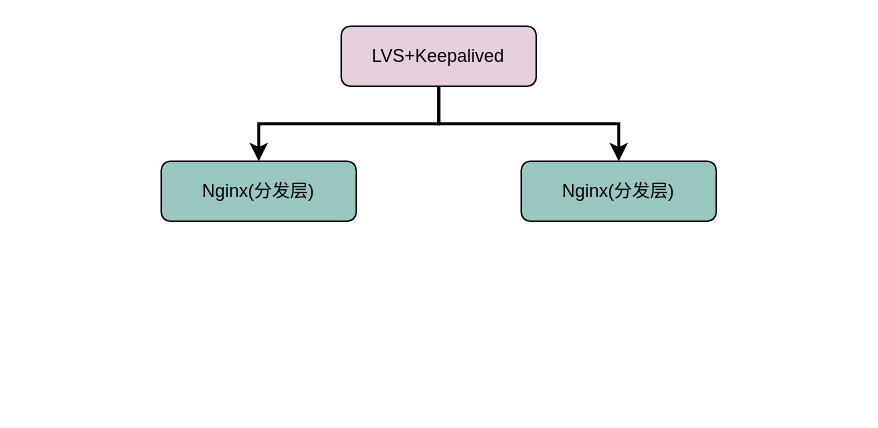
The draw.io diagram 网站架构图.drawio in LiHuiBin1995/study-java, before the edit. Source tidied: cells renumbered, new cells numbered last; positions are measured from the earlier drawing's top-left corner, leaving out a move shared by most shapes. Both pictures are drawn from the tidied source at 150%, with x=0, y=0 at pixel (160, 26).
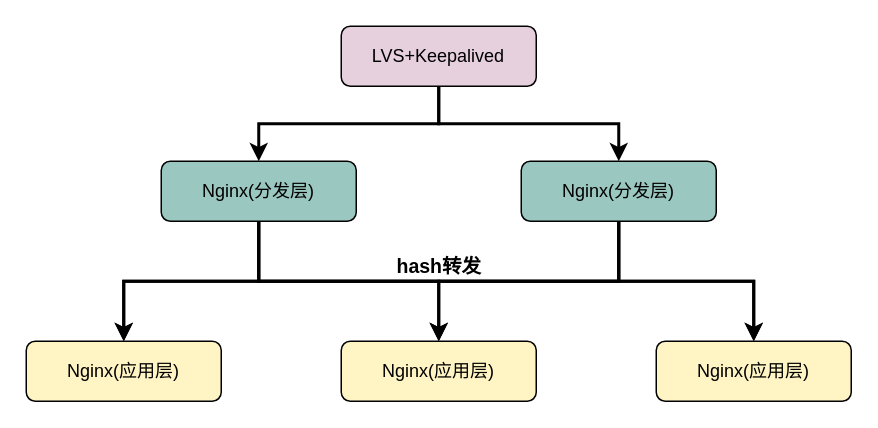
The same page after the edit.

Commit message (it also covers changes not shown here):
更新网站架构图.drawio

Diff of the diagram source:
```diff
@@
 <mxGraphModel>
   <root>
     <mxCell id="0" />
     <mxCell id="1" parent="0" />
     <mxCell id="2" style="edgeStyle=orthogonalEdgeStyle;rounded=0;jettySize=auto;html=1;strokeWidth=2;" parent="1" edge="1" source="4" target="5">
       <mxGeometry relative="1" as="geometry" />
     </mxCell>
     <mxCell id="3" style="edgeStyle=orthogonalEdgeStyle;rounded=0;jettySize=auto;html=1;exitX=0.5;exitY=1;exitDx=0;exitDy=0;entryX=0.5;entryY=0;entryDx=0;entryDy=0;strokeWidth=2;" parent="1" edge="1" source="4" target="6">
       <mxGeometry relative="1" as="geometry" />
     </mxCell>
     <mxCell id="4" value="LVS+Keepalived" style="rounded=1;whiteSpace=wrap;html=1;fillColor=#E6D0DE;" parent="1" vertex="1">
       <mxGeometry x="120" width="130" height="40" as="geometry" />
     </mxCell>
+    <mxCell id="7" style="edgeStyle=orthogonalEdgeStyle;rounded=0;jettySize=auto;html=1;strokeWidth=2;" parent="1" edge="1" source="5" target="13">
+      <mxGeometry relative="1" as="geometry" />
+    </mxCell>
+    <mxCell id="8" style="edgeStyle=orthogonalEdgeStyle;rounded=0;jettySize=auto;html=1;exitX=0.5;exitY=1;exitDx=0;exitDy=0;entryX=0.5;entryY=0;entryDx=0;entryDy=0;strokeWidth=2;" parent="1" edge="1" source="5" target="14">
+      <mxGeometry relative="1" as="geometry" />
+    </mxCell>
+    <mxCell id="9" style="edgeStyle=orthogonalEdgeStyle;rounded=0;jettySize=auto;html=1;exitX=0.5;exitY=1;exitDx=0;exitDy=0;entryX=0.5;entryY=0;entryDx=0;entryDy=0;strokeWidth=2;" parent="1" edge="1" source="5" target="15">
+      <mxGeometry relative="1" as="geometry" />
+    </mxCell>
     <mxCell id="5" value="Nginx(分发层)" style="rounded=1;whiteSpace=wrap;html=1;fillColor=#9AC7BF;" parent="1" vertex="1">
       <mxGeometry y="90" width="130" height="40" as="geometry" />
     </mxCell>
+    <mxCell id="10" style="edgeStyle=orthogonalEdgeStyle;rounded=0;jettySize=auto;html=1;exitX=0.5;exitY=1;exitDx=0;exitDy=0;entryX=0.5;entryY=0;entryDx=0;entryDy=0;strokeWidth=2;" parent="1" edge="1" source="6" target="13">
+      <mxGeometry relative="1" as="geometry" />
+    </mxCell>
+    <mxCell id="11" style="edgeStyle=orthogonalEdgeStyle;rounded=0;jettySize=auto;html=1;exitX=0.5;exitY=1;exitDx=0;exitDy=0;strokeWidth=2;" parent="1" edge="1" source="6" target="14">
+      <mxGeometry relative="1" as="geometry" />
+    </mxCell>
+    <mxCell id="12" style="edgeStyle=orthogonalEdgeStyle;rounded=0;jettySize=auto;html=1;exitX=0.5;exitY=1;exitDx=0;exitDy=0;strokeWidth=2;" parent="1" edge="1" source="6" target="15">
+      <mxGeometry relative="1" as="geometry" />
+    </mxCell>
     <mxCell id="6" value="Nginx(分发层)" style="rounded=1;whiteSpace=wrap;html=1;fillColor=#9AC7BF;" parent="1" vertex="1">
       <mxGeometry x="240" y="90" width="130" height="40" as="geometry" />
     </mxCell>
+    <mxCell id="13" value="Nginx(应用层)" style="rounded=1;whiteSpace=wrap;html=1;fillColor=#FFF4C3;" parent="1" vertex="1">
+      <mxGeometry x="120" y="210" width="130" height="40" as="geometry" />
+    </mxCell>
+    <mxCell id="14" value="Nginx(应用层)" style="rounded=1;whiteSpace=wrap;html=1;fillColor=#FFF4C3;" parent="1" vertex="1">
+      <mxGeometry x="-90" y="210" width="130" height="40" as="geometry" />
+    </mxCell>
+    <mxCell id="15" value="Nginx(应用层)" style="rounded=1;whiteSpace=wrap;html=1;fillColor=#FFF4C3;" parent="1" vertex="1">
+      <mxGeometry x="330" y="210" width="130" height="40" as="geometry" />
+    </mxCell>
+    <mxCell id="16" value="hash转发" style="text;html=1;align=center;verticalAlign=middle;strokeColor=none;fillColor=none;fontSize=13;fontStyle=1;" parent="1" vertex="1">
+      <mxGeometry x="150" y="150" width="70" height="20" as="geometry" />
+    </mxCell>
   </root>
 </mxGraphModel>
```
